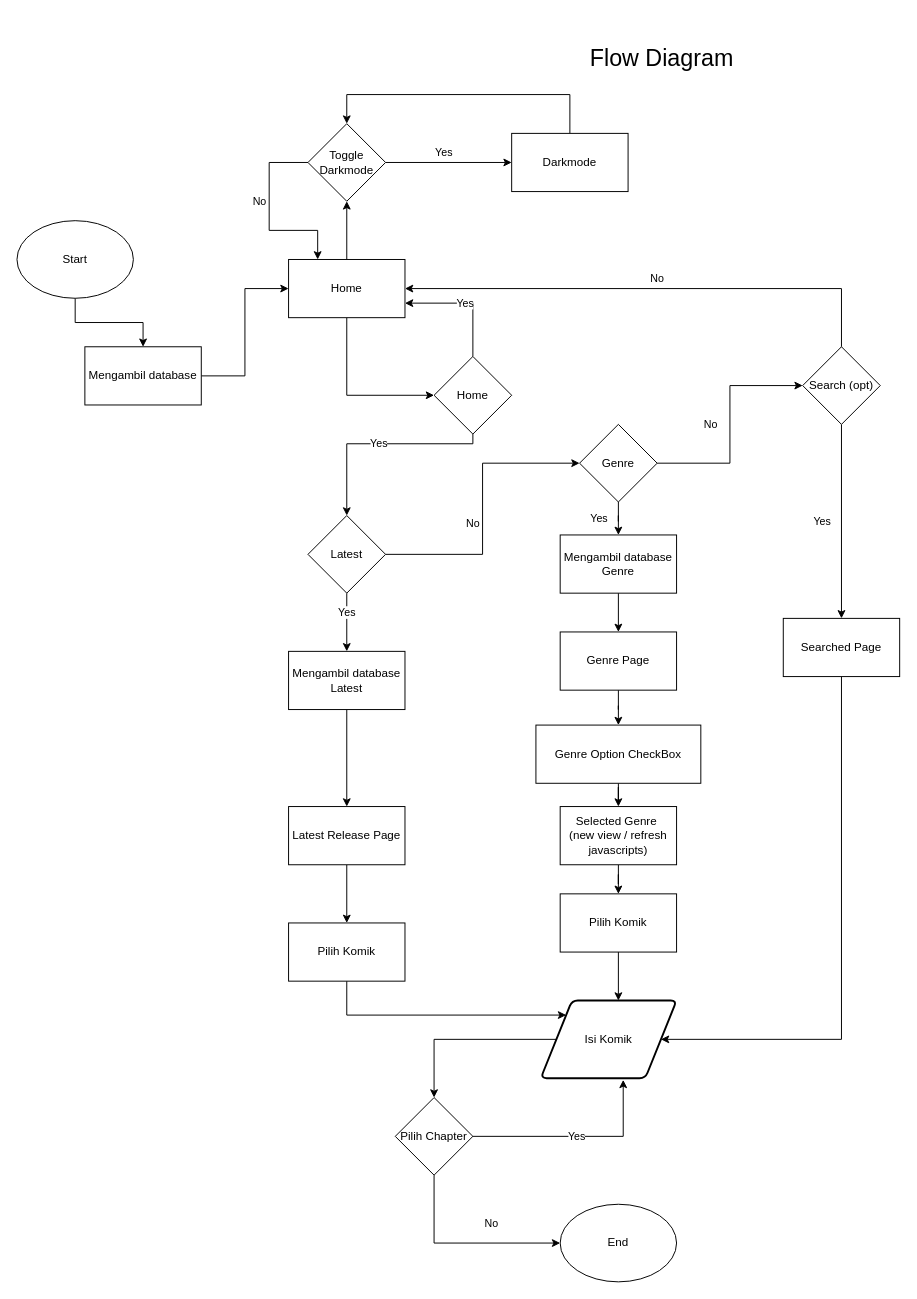
Before: page "Revisi Gancar" (2 of 2) of web.drawio in Aryanda04/File-common, a draw.io diagram. Source tidied: cells renumbered, new cells numbered last; positions are measured from the earlier drawing's top-left corner, leaving out a move shared by most shapes. Both pictures are drawn from the tidied source at 97%, with x=0, y=0 at pixel (16, 16).
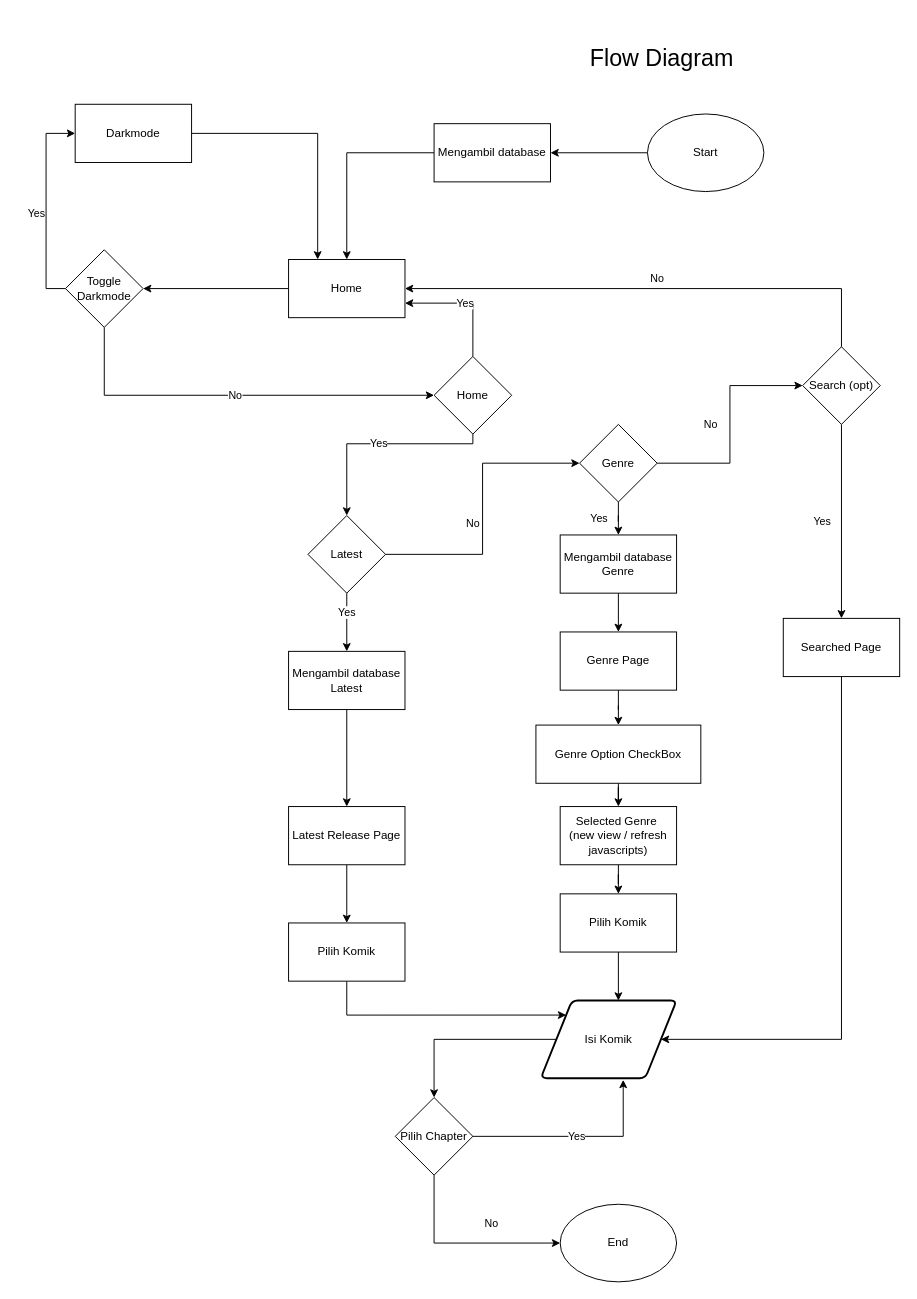
The same diagram, later.

Commit message:
Update Flow Diagram web

The change refers to these unchanged cells:
```xml
<mxCell id="7" value="Home" style="rounded=0;whiteSpace=wrap;html=1;" parent="1" vertex="1">
  <mxGeometry x="280" y="250" width="120" height="60" as="geometry" />
</mxCell>
<mxCell id="47" value="Home" style="rhombus;whiteSpace=wrap;html=1;" parent="1" vertex="1">
  <mxGeometry x="430" y="350" width="80" height="80" as="geometry" />
</mxCell>
```

Diff of the diagram source:
```diff
@@
     <mxCell id="3" value="Start" style="ellipse;whiteSpace=wrap;html=1;" parent="1" vertex="1">
-      <mxGeometry y="210" width="120" height="80" as="geometry" />
+      <mxGeometry x="650" y="100" width="120" height="80" as="geometry" />
     </mxCell>
@@
-    <mxCell id="5" style="edgeStyle=orthogonalEdgeStyle;rounded=0;jettySize=auto;html=1;" parent="1" edge="1" source="7" target="47">
-      <mxGeometry relative="1" as="geometry">
-        <Array as="points">
-          <mxPoint x="340" y="390" />
-        </Array>
-      </mxGeometry>
-    </mxCell>
-    <mxCell id="6" style="edgeStyle=orthogonalEdgeStyle;rounded=0;jettySize=auto;html=1;entryX=0.5;entryY=1;entryDx=0;entryDy=0;" parent="1" edge="1" source="7" target="50">
+    <mxCell id="6" style="edgeStyle=orthogonalEdgeStyle;rounded=0;jettySize=auto;html=1;entryX=1;entryY=0.5;entryDx=0;entryDy=0;" parent="1" edge="1" source="7" target="50">
       <mxGeometry relative="1" as="geometry" />
     </mxCell>
@@
-    <mxCell id="20" style="edgeStyle=orthogonalEdgeStyle;rounded=0;jettySize=auto;html=1;entryX=0.5;entryY=0;entryDx=0;entryDy=0;" parent="1" edge="1" source="21" target="50">
+    <mxCell id="20" style="edgeStyle=orthogonalEdgeStyle;rounded=0;jettySize=auto;html=1;entryX=0.25;entryY=0;entryDx=0;entryDy=0;" parent="1" edge="1" source="21" target="7">
       <mxGeometry relative="1" as="geometry">
         <Array as="points">
-          <mxPoint x="570" y="80" />
-          <mxPoint x="340" y="80" />
+          <mxPoint x="310" y="120" />
         </Array>
       </mxGeometry>
     </mxCell>
     <mxCell id="21" value="Darkmode" style="rounded=0;whiteSpace=wrap;html=1;" parent="1" vertex="1">
-      <mxGeometry x="510" y="120" width="120" height="60" as="geometry" />
+      <mxGeometry x="60" y="90" width="120" height="60" as="geometry" />
     </mxCell>
@@
-    <mxCell id="39" style="edgeStyle=orthogonalEdgeStyle;rounded=0;jettySize=auto;html=1;entryX=0;entryY=0.5;entryDx=0;entryDy=0;" parent="1" edge="1" source="40" target="7">
+    <mxCell id="39" style="edgeStyle=orthogonalEdgeStyle;rounded=0;jettySize=auto;html=1;entryX=0.5;entryY=0;entryDx=0;entryDy=0;" parent="1" edge="1" source="40" target="7">
       <mxGeometry relative="1" as="geometry" />
     </mxCell>
     <mxCell id="40" value="Mengambil database" style="rounded=0;whiteSpace=wrap;html=1;" parent="1" vertex="1">
-      <mxGeometry x="70" y="340" width="120" height="60" as="geometry" />
+      <mxGeometry x="430" y="110" width="120" height="60" as="geometry" />
     </mxCell>
@@
-    <mxCell id="48" value="Yes" style="edgeStyle=orthogonalEdgeStyle;rounded=0;jettySize=auto;html=1;entryX=0;entryY=0.5;entryDx=0;entryDy=0;" parent="1" edge="1" source="50" target="21">
+    <mxCell id="48" value="Yes" style="edgeStyle=orthogonalEdgeStyle;rounded=0;jettySize=auto;html=1;entryX=0;entryY=0.5;entryDx=0;entryDy=0;exitX=0;exitY=0.5;exitDx=0;exitDy=0;" parent="1" edge="1" source="50" target="21">
       <mxGeometry x="-0.08" y="10" relative="1" as="geometry" />
     </mxCell>
-    <mxCell id="49" value="No" style="edgeStyle=orthogonalEdgeStyle;rounded=0;jettySize=auto;html=1;entryX=0.25;entryY=0;entryDx=0;entryDy=0;" parent="1" edge="1" source="50" target="7">
-      <mxGeometry x="-0.16" y="-10" relative="1" as="geometry">
+    <mxCell id="49" value="No" style="edgeStyle=orthogonalEdgeStyle;rounded=0;jettySize=auto;html=1;entryX=0;entryY=0.5;entryDx=0;entryDy=0;" parent="1" edge="1" source="50" target="47">
+      <mxGeometry relative="1" as="geometry">
         <Array as="points">
-          <mxPoint x="260" y="150" />
-          <mxPoint x="260" y="220" />
-          <mxPoint x="310" y="220" />
+          <mxPoint x="90" y="390" />
         </Array>
       </mxGeometry>
     </mxCell>
     <mxCell id="50" value="&lt;span&gt;Toggle Darkmode&lt;/span&gt;" style="rhombus;whiteSpace=wrap;html=1;" parent="1" vertex="1">
-      <mxGeometry x="300" y="110" width="80" height="80" as="geometry" />
+      <mxGeometry x="50" y="240" width="80" height="80" as="geometry" />
     </mxCell>
```
